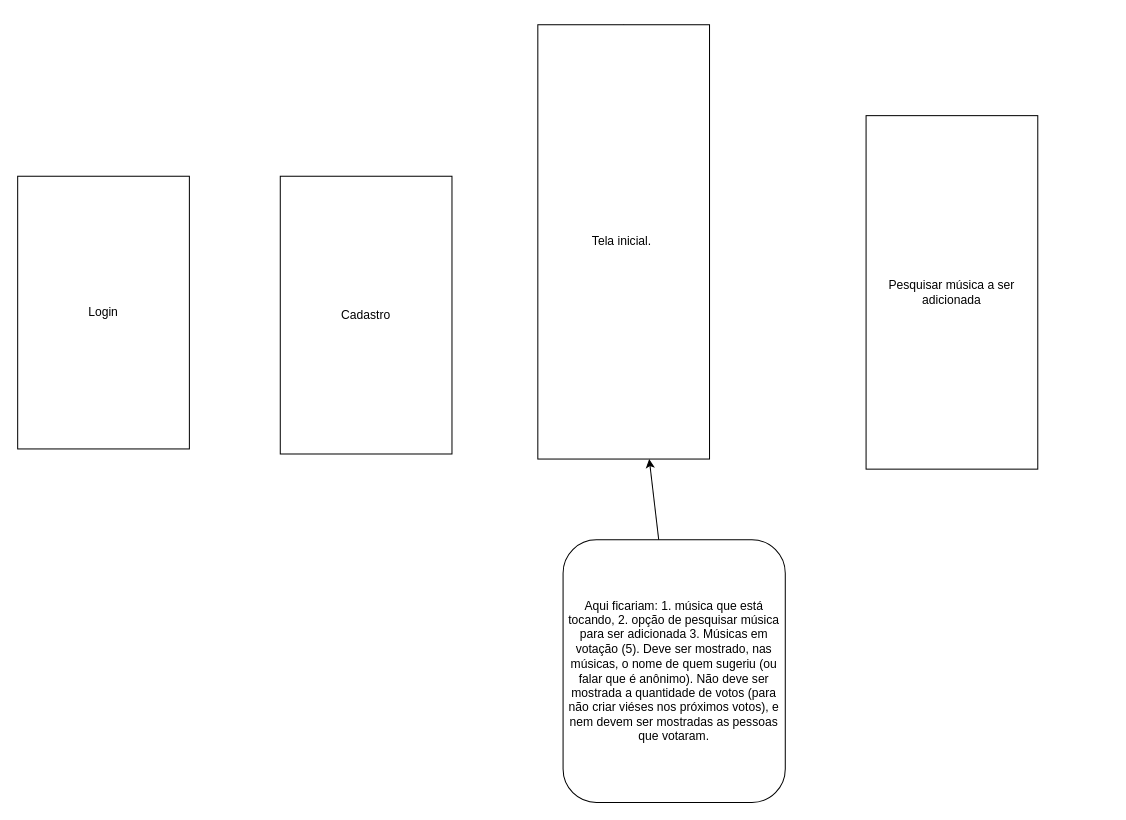
Earlier version of the draw.io diagram telas/basicas.drawio (Scaramals/Code-Tower-projeto). Source tidied: cells renumbered, new cells numbered last; positions are measured from the earlier drawing's top-left corner, leaving out a move shared by most shapes. Both pictures are drawn from the tidied source at 101%, with x=0, y=0 at pixel (17, 24).
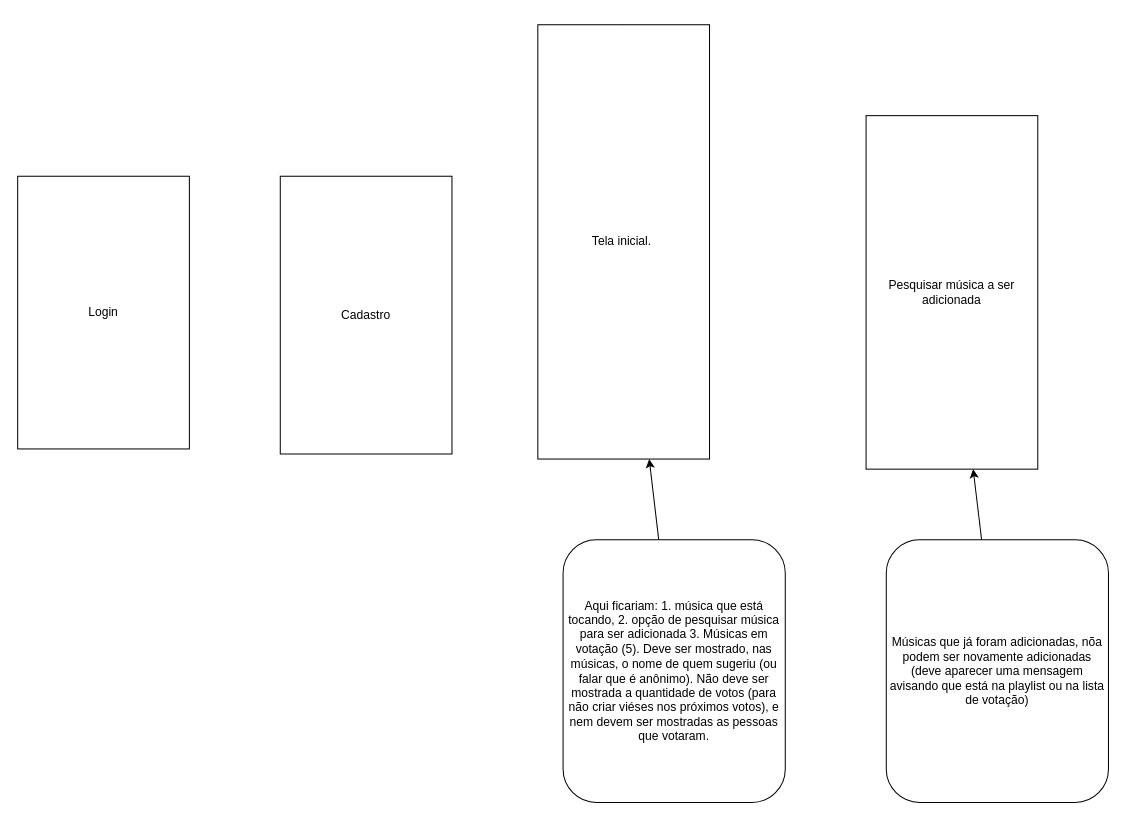
The same diagram, later.

The edit, as a diff of the source:
```diff
@@
 <mxGraphModel>
   <root>
     <mxCell id="0" />
     <mxCell id="1" parent="0" />
     <mxCell id="2" value="Login" style="whiteSpace=wrap;html=1;" parent="1" vertex="1">
       <mxGeometry y="150" width="170" height="270" as="geometry" />
     </mxCell>
     <mxCell id="3" value="Cadastro" style="whiteSpace=wrap;html=1;" parent="1" vertex="1">
       <mxGeometry x="260" y="150" width="170" height="275" as="geometry" />
     </mxCell>
     <mxCell id="4" style="edgeStyle=none;html=1;exitX=0.5;exitY=0;exitDx=0;exitDy=0;" parent="1" edge="1" source="5">
       <mxGeometry relative="1" as="geometry">
         <mxPoint x="600.3" y="149.6" as="targetPoint" />
       </mxGeometry>
     </mxCell>
     <mxCell id="5" value="Tela inicial.&amp;nbsp;" style="whiteSpace=wrap;html=1;" parent="1" vertex="1">
       <mxGeometry x="515" width="170" height="430" as="geometry" />
     </mxCell>
     <mxCell id="6" style="edgeStyle=none;html=1;" parent="1" edge="1" source="7" target="5">
       <mxGeometry relative="1" as="geometry" />
     </mxCell>
     <mxCell id="7" value="Aqui ficariam: 1. música que está tocando, 2. opção de pesquisar música para ser adicionada 3. Músicas em votação (5). Deve ser mostrado, nas músicas, o nome de quem sugeriu (ou falar que é anônimo). Não deve ser mostrada a quantidade de votos (para não criar viéses nos próximos votos), e nem devem ser mostradas as pessoas que votaram.&lt;br&gt;" style="rounded=1;whiteSpace=wrap;html=1;" parent="1" vertex="1">
       <mxGeometry x="540" y="510" width="220" height="260" as="geometry" />
     </mxCell>
     <mxCell id="8" value="Pesquisar música a ser adicionada" style="whiteSpace=wrap;html=1;" parent="1" vertex="1">
       <mxGeometry x="840" y="90" width="170" height="350" as="geometry" />
     </mxCell>
+    <mxCell id="9" style="edgeStyle=none;html=1;" parent="1" edge="1" source="10" target="8">
+      <mxGeometry relative="1" as="geometry" />
+    </mxCell>
+    <mxCell id="10" value="Músicas que já foram adicionadas, nõa podem ser novamente adicionadas (deve aparecer uma mensagem avisando que está na playlist ou na lista de votação)" style="rounded=1;whiteSpace=wrap;html=1;" parent="1" vertex="1">
+      <mxGeometry x="860" y="510" width="220" height="260" as="geometry" />
+    </mxCell>
   </root>
 </mxGraphModel>
```
